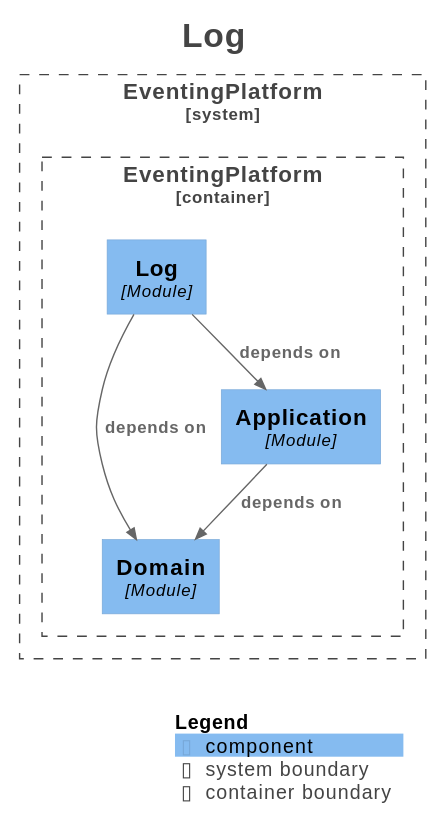
The PlantUML diagram docs/generated/architecture/svg/module-eventing.adapter.cli.log.svg in Mathmagicians/confluent-eventing-playground, before a commit. The source it was exported from:
```plantuml
@startuml
!pragma layout smetana
title <size:24>Log</size>

set separator none
top to bottom direction

<style>
  root {
    BackgroundColor: #ffffff
    FontColor: #444444
  }
</style>

!include <C4/C4>
!include <C4/C4_Context>
!include <C4/C4_Component>

System_Boundary("EventingPlatform_boundary", "EventingPlatform", $tags="") {
  Container_Boundary("EventingPlatform.EventingPlatform_boundary", "EventingPlatform", $tags="") {
    Component(EventingPlatform.EventingPlatform.Domain, "Domain", $techn="Module", $descr="", $tags="", $link="")
    Component(EventingPlatform.EventingPlatform.Application, "Application", $techn="Module", $descr="", $tags="", $link="")
    Component(EventingPlatform.EventingPlatform.Log, "Log", $techn="Module", $descr="", $tags="", $link="")
  }

}

Rel(EventingPlatform.EventingPlatform.Application, EventingPlatform.EventingPlatform.Domain, "depends on", $techn="", $tags="", $link="")
Rel(EventingPlatform.EventingPlatform.Log, EventingPlatform.EventingPlatform.Domain, "depends on", $techn="", $tags="", $link="")
Rel(EventingPlatform.EventingPlatform.Log, EventingPlatform.EventingPlatform.Application, "depends on", $techn="", $tags="", $link="")

SHOW_LEGEND(true)
hide stereotypes
@enduml
```
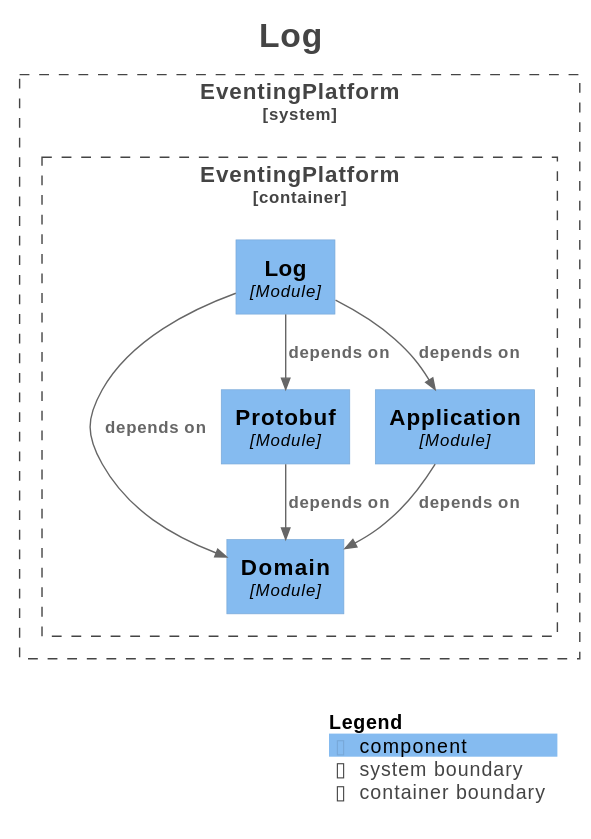
After the change.

What changed in the source:
```diff
@@ -19,15 +19,18 @@
 System_Boundary("EventingPlatform_boundary", "EventingPlatform", $tags="") {
   Container_Boundary("EventingPlatform.EventingPlatform_boundary", "EventingPlatform", $tags="") {
     Component(EventingPlatform.EventingPlatform.Domain, "Domain", $techn="Module", $descr="", $tags="", $link="")
+    Component(EventingPlatform.EventingPlatform.Protobuf, "Protobuf", $techn="Module", $descr="", $tags="", $link="")
     Component(EventingPlatform.EventingPlatform.Application, "Application", $techn="Module", $descr="", $tags="", $link="")
     Component(EventingPlatform.EventingPlatform.Log, "Log", $techn="Module", $descr="", $tags="", $link="")
   }
 
 }
 
+Rel(EventingPlatform.EventingPlatform.Protobuf, EventingPlatform.EventingPlatform.Domain, "depends on", $techn="", $tags="", $link="")
+Rel(EventingPlatform.EventingPlatform.Log, EventingPlatform.EventingPlatform.Domain, "depends on", $techn="", $tags="", $link="")
+Rel(EventingPlatform.EventingPlatform.Log, EventingPlatform.EventingPlatform.Protobuf, "depends on", $techn="", $tags="", $link="")
+Rel(EventingPlatform.EventingPlatform.Log, EventingPlatform.EventingPlatform.Application, "depends on", $techn="", $tags="", $link="")
 Rel(EventingPlatform.EventingPlatform.Application, EventingPlatform.EventingPlatform.Domain, "depends on", $techn="", $tags="", $link="")
-Rel(EventingPlatform.EventingPlatform.Log, EventingPlatform.EventingPlatform.Domain, "depends on", $techn="", $tags="", $link="")
-Rel(EventingPlatform.EventingPlatform.Log, EventingPlatform.EventingPlatform.Application, "depends on", $techn="", $tags="", $link="")
 
 SHOW_LEGEND(true)
 hide stereotypes
```
